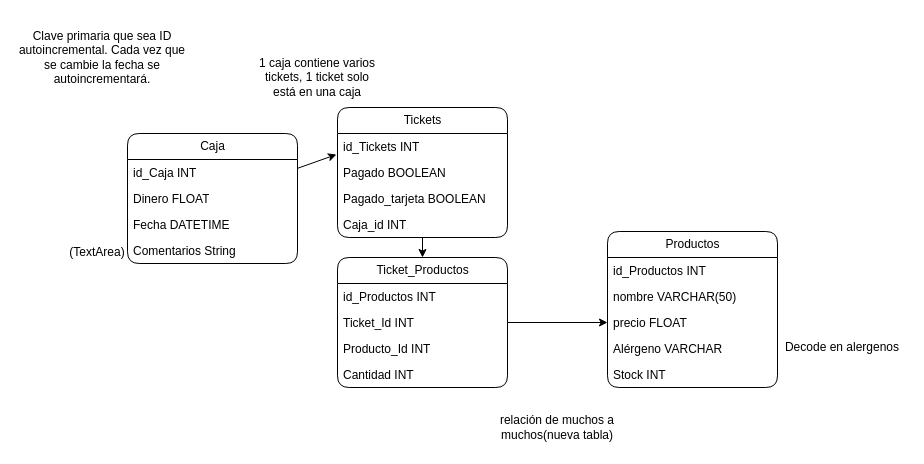
The draw.io diagram BBDD/ModeloRelacional.drawio in MarioMunPeq/Cafeteria-Java-1DAM, before the edit. Source tidied: cells renumbered, new cells numbered last; positions are measured from the earlier drawing's top-left corner, leaving out a move shared by most shapes. Both pictures are drawn from the tidied source at 100%, with x=0, y=0 at pixel (17, 17).
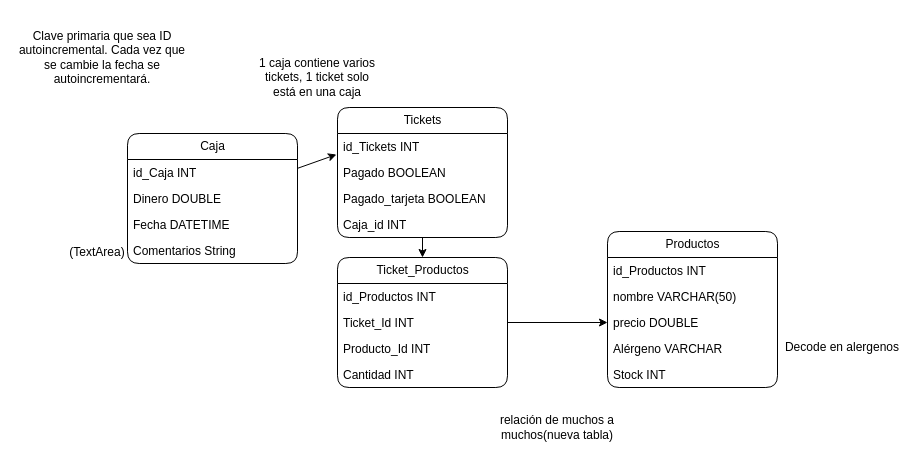
Above is the later version.

Commit message (it also covers changes not shown here):
Creadas constantes en la conexion de base de datos, cambiados los float por doubles

Unchanged cells that the change refers to:
```xml
<mxCell id="3" value="Caja" style="swimlane;fontStyle=0;horizontal=1;startSize=26;fillColor=none;html=1;rounded=1;" parent="1" vertex="1">
  <mxGeometry x="110" y="116" width="170" height="130" as="geometry" />
</mxCell>
<mxCell id="19" value="Productos" style="swimlane;fontStyle=0;horizontal=1;startSize=26;fillColor=none;html=1;rounded=1;" parent="1" vertex="1">
  <mxGeometry x="590" y="214" width="170" height="156" as="geometry" />
</mxCell>
```

The edit, as a diff of the source:
```diff
@@
-    <mxCell id="5" value="Dinero FLOAT" style="text;strokeColor=none;fillColor=none;align=left;verticalAlign=top;spacingLeft=4;spacingRight=4;overflow=hidden;whiteSpace=wrap;html=1;rounded=1;" parent="3" vertex="1">
+    <mxCell id="5" value="Dinero DOUBLE" style="text;strokeColor=none;fillColor=none;align=left;verticalAlign=top;spacingLeft=4;spacingRight=4;overflow=hidden;whiteSpace=wrap;html=1;rounded=1;" parent="3" vertex="1">
       <mxGeometry y="52" width="170" height="26" as="geometry" />
     </mxCell>
@@
-    <mxCell id="22" value="precio FLOAT" style="text;strokeColor=none;fillColor=none;align=left;verticalAlign=top;spacingLeft=4;spacingRight=4;overflow=hidden;points=[[0,0.5],[1,0.5]];portConstraint=eastwest;whiteSpace=wrap;html=1;rounded=1;" parent="19" vertex="1">
+    <mxCell id="22" value="precio DOUBLE" style="text;strokeColor=none;fillColor=none;align=left;verticalAlign=top;spacingLeft=4;spacingRight=4;overflow=hidden;points=[[0,0.5],[1,0.5]];portConstraint=eastwest;whiteSpace=wrap;html=1;rounded=1;" parent="19" vertex="1">
       <mxGeometry y="78" width="170" height="26" as="geometry" />
     </mxCell>
```
